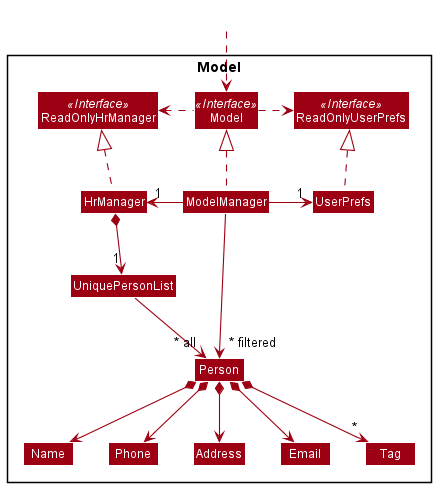
Before: docs/images/ModelClassDiagram.png, a diagram exported from PlantUML (seaweediman/tp).
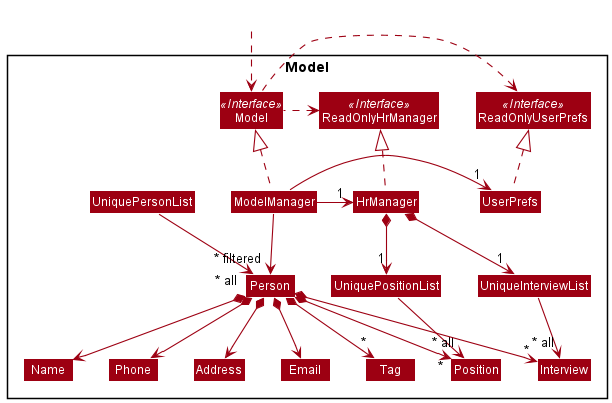
The same diagram one commit later.

Diff of the diagram source:
```diff
@@ -17,12 +17,16 @@
 
 
 Class UniquePersonList
+Class UniquePositionList
+Class UniqueInterviewList
 Class Person
 Class Address
 Class Email
 Class Name
 Class Phone
 Class Tag
+Class Position
+Class Interview
 
 }
 
@@ -38,8 +42,14 @@
 ModelManager -right-> "1" UserPrefs
 UserPrefs .up.|> ReadOnlyUserPrefs
 
-HrManager *--> "1" UniquePersonList
+HrManager *--> "1" UniquePositionList
+HrManager *--> "1" UniqueInterviewList
 UniquePersonList --> "~* all" Person
+UniquePositionList --> "~* all" Position
+UniqueInterviewList --> "~* all" Interview
+
+Person *--> "*" Position
+Person *--> "*" Interview
 Person *--> Name
 Person *--> Phone
 Person *--> Email
```
